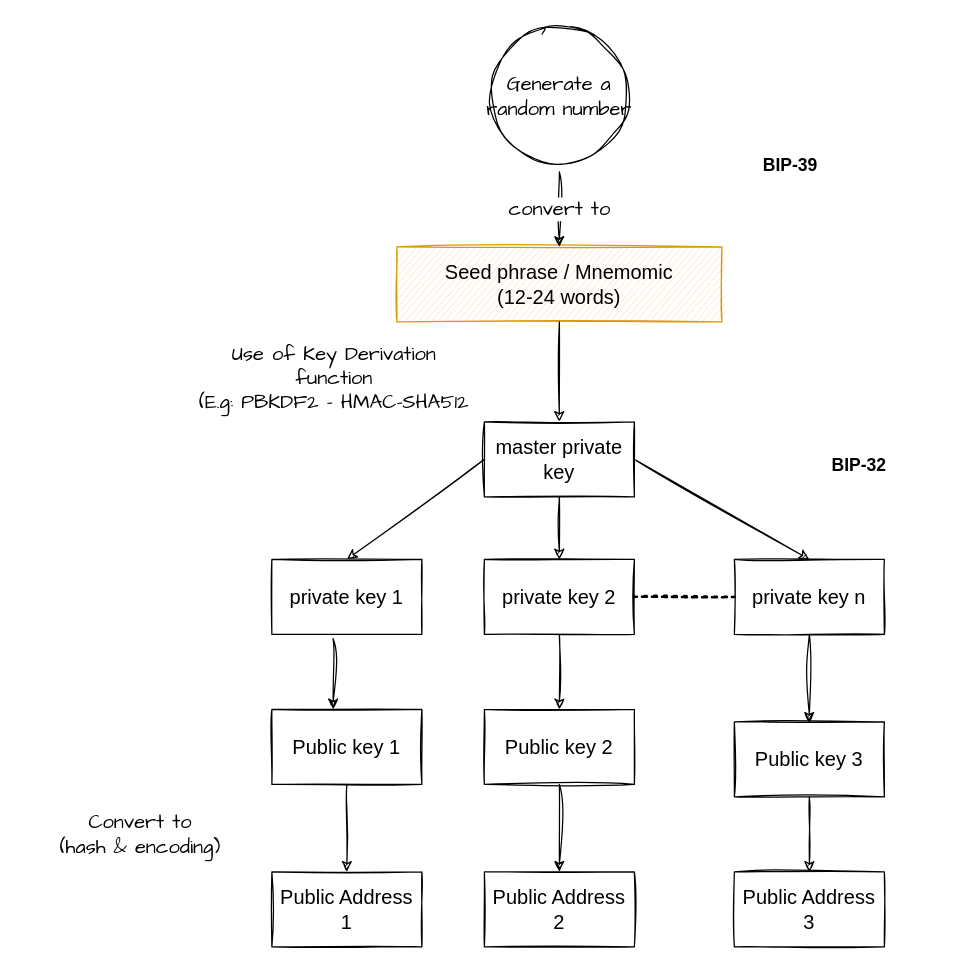
The draw.io diagram page "Copy of crypto-wallet-generation" (4 of 22) of schema/crypto-wallet.drawio in rya-sge/access-denied, before the edit. Source tidied: cells renumbered, new cells numbered last; positions are measured from the earlier drawing's top-left corner, leaving out a move shared by most shapes. Both pictures are drawn from the tidied source at 125%, with x=0, y=0 at pixel (21, 21).
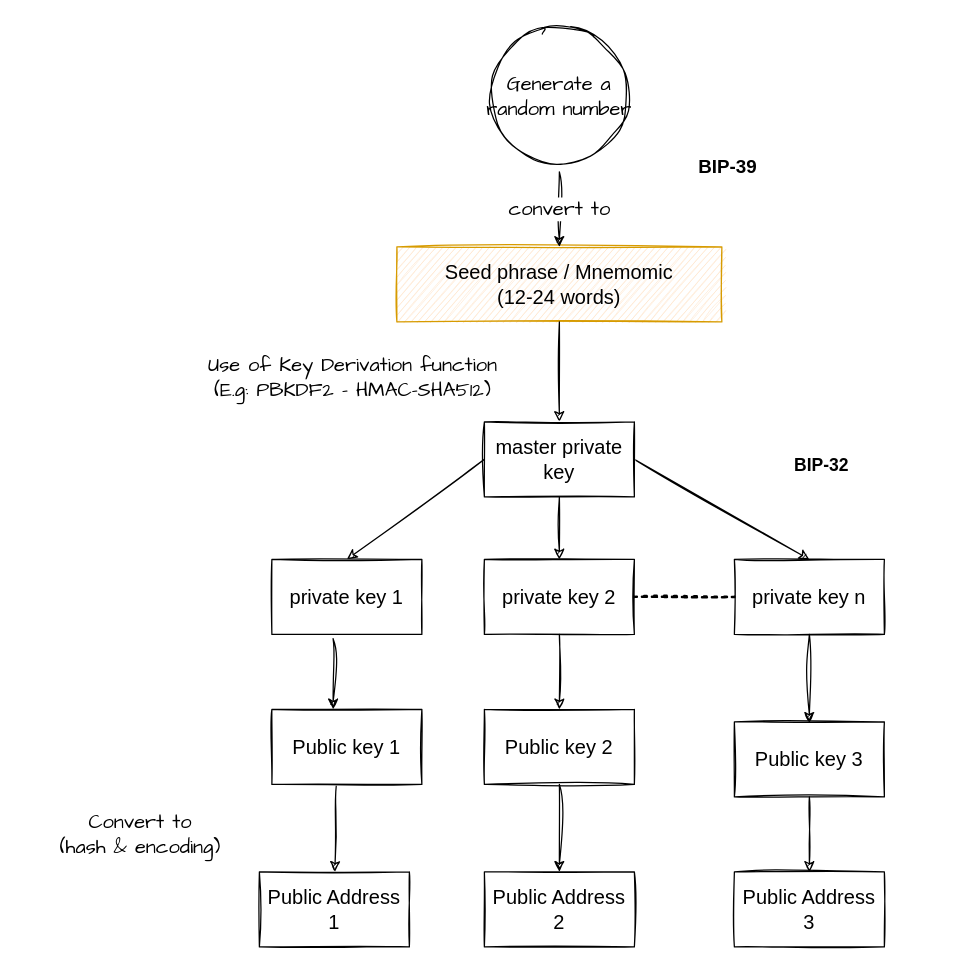
The same diagram, later.

The change refers to these unchanged cells:
```xml
<mxCell id="11" value="Public key 1" style="rounded=0;whiteSpace=wrap;html=1;sketch=1;fontSize=16;" parent="1" vertex="1">
  <mxGeometry x="200" y="550" width="120" height="60" as="geometry" />
</mxCell>
```

The edit, as a diff of the source:
```diff
@@
     <mxCell id="16" value="Public Address 1" style="rounded=0;whiteSpace=wrap;html=1;sketch=1;fontSize=16;" parent="1" vertex="1">
-      <mxGeometry x="200" y="680" width="120" height="60" as="geometry" />
+      <mxGeometry x="190" y="680" width="120" height="60" as="geometry" />
     </mxCell>
@@
-    <mxCell id="19" style="endArrow=classic;html=1;rounded=0;sketch=1;hachureGap=4;jiggle=2;fontFamily=Architects Daughter;fontSize=16;exitX=0.5;exitY=1;exitDx=0;exitDy=0;entryX=0.5;entryY=0;entryDx=0;entryDy=0;" parent="1" edge="1" source="11" target="16">
+    <mxCell id="19" style="endArrow=classic;html=1;rounded=0;sketch=1;hachureGap=4;jiggle=2;fontFamily=Architects Daughter;fontSize=16;exitX=0.429;exitY=1.025;exitDx=0;exitDy=0;exitPerimeter=0;" parent="1" edge="1" source="11" target="16">
       <mxGeometry relative="1" as="geometry" />
     </mxCell>
@@
-    <mxCell id="23" value="Use of Key Derivation function&lt;br style=&quot;font-size: 16px;&quot;&gt;(E.g: PBKDF2 - HMAC-SHA512" style="text;html=1;strokeColor=none;fillColor=none;align=center;verticalAlign=middle;whiteSpace=wrap;rounded=0;sketch=1;hachureGap=4;jiggle=2;fontFamily=Architects Daughter;fontSize=16;" parent="1" vertex="1">
-      <mxGeometry x="140" y="270" width="220" height="30" as="geometry" />
+    <mxCell id="23" value="Use of Key Derivation function&lt;br style=&quot;font-size: 16px;&quot;&gt;(E.g: PBKDF2 - HMAC-SHA512)" style="text;html=1;strokeColor=none;fillColor=none;align=center;verticalAlign=middle;whiteSpace=wrap;rounded=0;sketch=1;hachureGap=4;jiggle=2;fontFamily=Architects Daughter;fontSize=16;" parent="1" vertex="1">
+      <mxGeometry x="140" y="270" width="250" height="30" as="geometry" />
     </mxCell>
@@
-    <mxCell id="28" value="BIP-39" style="text;html=1;strokeColor=none;fillColor=none;align=center;verticalAlign=middle;whiteSpace=wrap;rounded=0;fontStyle=1;fontSize=14;" parent="1" vertex="1">
-      <mxGeometry x="560" y="80" width="110" height="70" as="geometry" />
+    <mxCell id="28" value="BIP-39" style="text;html=1;strokeColor=none;fillColor=none;align=center;verticalAlign=middle;whiteSpace=wrap;rounded=0;fontStyle=1;fontSize=15;" parent="1" vertex="1">
+      <mxGeometry x="510" y="80" width="110" height="70" as="geometry" />
     </mxCell>
     <mxCell id="29" value="BIP-32" style="text;html=1;strokeColor=none;fillColor=none;align=center;verticalAlign=middle;whiteSpace=wrap;rounded=0;fontStyle=1;fontSize=14;" parent="1" vertex="1">
-      <mxGeometry x="610" y="320" width="120" height="70" as="geometry" />
+      <mxGeometry x="580" y="320" width="120" height="70" as="geometry" />
     </mxCell>
```
